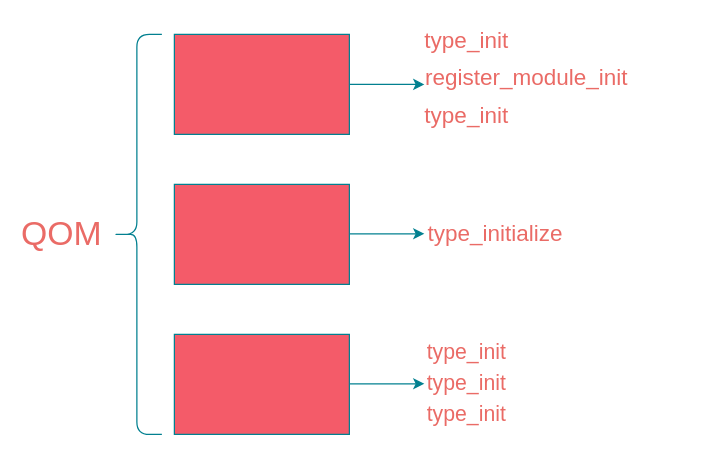
Above: QOM.drawio in Yongibaoi/100-gdb-tips (draw.io), before the change. Source tidied: cells renumbered, new cells numbered last; positions are measured from the earlier drawing's top-left corner, leaving out a move shared by most shapes. Both pictures are drawn from the tidied source at 125%, with x=0, y=0 at pixel (24, 21).
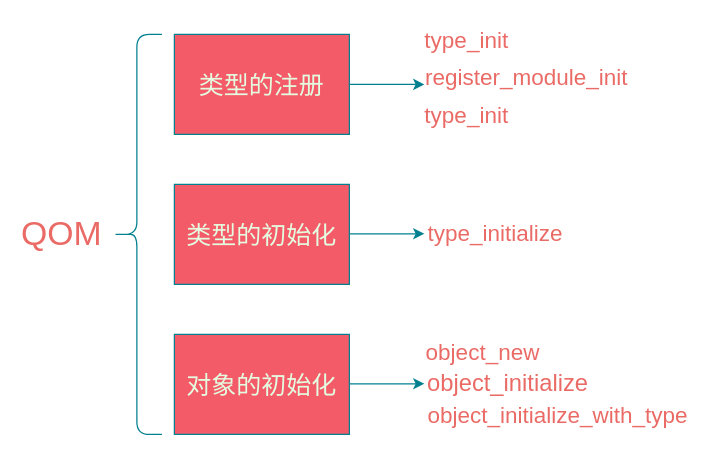
After the change.

What changed in the source:
```diff
@@
 <mxGraphModel>
   <root>
     <mxCell id="0" />
     <mxCell id="1" parent="0" />
     <mxCell id="2" style="shape=curlyBracket;whiteSpace=wrap;html=1;rounded=1;labelPosition=left;verticalLabelPosition=middle;align=right;verticalAlign=middle;strokeColor=#028090;fontColor=#E4FDE1;fillColor=#F45B69;" parent="1" vertex="1">
       <mxGeometry x="70" y="10" width="40" height="320" as="geometry" />
     </mxCell>
-    <mxCell id="3" style="rounded=0;whiteSpace=wrap;html=1;strokeColor=#028090;fontColor=#E4FDE1;fillColor=#F45B69;" parent="1" vertex="1">
+    <mxCell id="3" value="&lt;font style=&quot;font-size: 20px;&quot;&gt;类型的注册&lt;br&gt;&lt;/font&gt;" style="rounded=0;whiteSpace=wrap;html=1;strokeColor=#028090;fontColor=#E4FDE1;fillColor=#F45B69;" parent="1" vertex="1">
       <mxGeometry x="120" y="10" width="140" height="80" as="geometry" />
     </mxCell>
-    <mxCell id="4" style="rounded=0;whiteSpace=wrap;html=1;strokeColor=#028090;fontColor=#E4FDE1;fillColor=#F45B69;" parent="1" vertex="1">
+    <mxCell id="4" value="&lt;font style=&quot;font-size: 20px;&quot;&gt;类型的初始化&lt;br&gt;&lt;/font&gt;" style="rounded=0;whiteSpace=wrap;html=1;strokeColor=#028090;fontColor=#E4FDE1;fillColor=#F45B69;" parent="1" vertex="1">
       <mxGeometry x="120" y="130" width="140" height="80" as="geometry" />
     </mxCell>
-    <mxCell id="5" style="rounded=0;whiteSpace=wrap;html=1;strokeColor=#028090;fontColor=#E4FDE1;fillColor=#F45B69;" parent="1" vertex="1">
+    <mxCell id="5" value="&lt;font style=&quot;font-size: 20px;&quot;&gt;对象的初始化&lt;br&gt;&lt;/font&gt;" style="rounded=0;whiteSpace=wrap;html=1;strokeColor=#028090;fontColor=#E4FDE1;fillColor=#F45B69;" parent="1" vertex="1">
       <mxGeometry x="120" y="250" width="140" height="80" as="geometry" />
     </mxCell>
     <mxCell id="6" value="&lt;font color=&quot;#EA6B66&quot;&gt;&lt;font style=&quot;font-size: 13px;&quot;&gt;&lt;font style=&quot;font-size: 14px;&quot;&gt;&lt;font style=&quot;font-size: 15px;&quot;&gt;&lt;font style=&quot;font-size: 16px;&quot;&gt;&lt;font style=&quot;font-size: 17px;&quot;&gt;&lt;font style=&quot;font-size: 18px;&quot;&gt;&lt;font style=&quot;font-size: 19px;&quot;&gt;&lt;font style=&quot;font-size: 20px;&quot;&gt;&lt;font style=&quot;font-size: 21px;&quot;&gt;&lt;font style=&quot;font-size: 22px;&quot;&gt;&lt;font style=&quot;font-size: 23px;&quot;&gt;&lt;font style=&quot;font-size: 24px;&quot;&gt;&lt;font style=&quot;font-size: 25px;&quot;&gt;&lt;font style=&quot;font-size: 26px;&quot;&gt;&lt;font style=&quot;font-size: 27px;&quot;&gt;QOM&lt;/font&gt;&lt;/font&gt;&lt;/font&gt;&lt;/font&gt;&lt;/font&gt;&lt;/font&gt;&lt;/font&gt;&lt;/font&gt;&lt;/font&gt;&lt;/font&gt;&lt;/font&gt;&lt;/font&gt;&lt;/font&gt;&lt;/font&gt;&lt;/font&gt;&lt;/font&gt;" style="text;html=1;strokeColor=none;fillColor=none;align=center;verticalAlign=middle;whiteSpace=wrap;rounded=0;fontColor=#E4FDE1;" parent="1" vertex="1">
       <mxGeometry y="155" width="60" height="30" as="geometry" />
     </mxCell>
     <mxCell id="7" value="&lt;font style=&quot;font-size: 18px;&quot; color=&quot;#EA6B66&quot;&gt;&lt;font style=&quot;font-size: 18px;&quot;&gt;&lt;font style=&quot;font-size: 18px;&quot;&gt;&lt;font style=&quot;font-size: 18px;&quot;&gt;&lt;font style=&quot;font-size: 18px;&quot;&gt;&lt;font style=&quot;font-size: 18px;&quot;&gt;type_init&lt;/font&gt;&lt;/font&gt;&lt;/font&gt;&lt;/font&gt;&lt;/font&gt;&lt;/font&gt;" style="text;html=1;strokeColor=none;fillColor=none;align=center;verticalAlign=middle;whiteSpace=wrap;rounded=0;fontColor=#E4FDE1;" parent="1" vertex="1">
       <mxGeometry x="324" width="60" height="30" as="geometry" />
     </mxCell>
     <mxCell id="8" style="endArrow=classic;html=1;rounded=0;strokeColor=#028090;fontColor=#E4FDE1;fillColor=#F45B69;exitX=1;exitY=0.5;exitDx=0;exitDy=0;" parent="1" edge="1" source="3">
       <mxGeometry relative="1" as="geometry">
         <mxPoint x="320" y="50" as="targetPoint" />
       </mxGeometry>
     </mxCell>
     <mxCell id="9" style="endArrow=classic;html=1;rounded=0;strokeColor=#028090;fontColor=#E4FDE1;fillColor=#F45B69;exitX=1;exitY=0.5;exitDx=0;exitDy=0;" parent="1" edge="1">
       <mxGeometry relative="1" as="geometry">
         <mxPoint x="260" y="169.5" as="sourcePoint" />
         <mxPoint x="320" y="169.5" as="targetPoint" />
       </mxGeometry>
     </mxCell>
     <mxCell id="10" style="endArrow=classic;html=1;rounded=0;strokeColor=#028090;fontColor=#E4FDE1;fillColor=#F45B69;exitX=1;exitY=0.5;exitDx=0;exitDy=0;" parent="1" edge="1">
       <mxGeometry relative="1" as="geometry">
         <mxPoint x="260" y="289.5" as="sourcePoint" />
         <mxPoint x="320" y="289.5" as="targetPoint" />
       </mxGeometry>
     </mxCell>
     <mxCell id="11" value="&lt;font style=&quot;font-size: 13px;&quot; color=&quot;#EA6B66&quot;&gt;&lt;font style=&quot;font-size: 14px;&quot;&gt;&lt;font style=&quot;font-size: 15px;&quot;&gt;&lt;font style=&quot;font-size: 16px;&quot;&gt;&lt;font style=&quot;font-size: 17px;&quot;&gt;&lt;font style=&quot;font-size: 18px;&quot;&gt;register_module_init&lt;/font&gt;&lt;/font&gt;&lt;/font&gt;&lt;/font&gt;&lt;/font&gt;&lt;/font&gt;" style="text;html=1;strokeColor=none;fillColor=none;align=center;verticalAlign=middle;whiteSpace=wrap;rounded=0;fontColor=#E4FDE1;" parent="1" vertex="1">
       <mxGeometry x="324" y="30" width="156" height="30" as="geometry" />
     </mxCell>
     <mxCell id="12" value="&lt;font style=&quot;font-size: 18px;&quot; color=&quot;#EA6B66&quot;&gt;&lt;font style=&quot;font-size: 18px;&quot;&gt;&lt;font style=&quot;font-size: 18px;&quot;&gt;&lt;font style=&quot;font-size: 18px;&quot;&gt;&lt;font style=&quot;font-size: 18px;&quot;&gt;&lt;font style=&quot;font-size: 18px;&quot;&gt;type_init&lt;/font&gt;&lt;/font&gt;&lt;/font&gt;&lt;/font&gt;&lt;/font&gt;&lt;/font&gt;" style="text;html=1;strokeColor=none;fillColor=none;align=center;verticalAlign=middle;whiteSpace=wrap;rounded=0;fontColor=#E4FDE1;" parent="1" vertex="1">
       <mxGeometry x="324" y="60" width="60" height="30" as="geometry" />
     </mxCell>
     <mxCell id="13" value="&lt;font style=&quot;font-size: 13px;&quot; color=&quot;#EA6B66&quot;&gt;&lt;font style=&quot;font-size: 14px;&quot;&gt;&lt;font style=&quot;font-size: 15px;&quot;&gt;&lt;font style=&quot;font-size: 16px;&quot;&gt;&lt;font style=&quot;font-size: 17px;&quot;&gt;&lt;font style=&quot;font-size: 18px;&quot;&gt;type_initialize&lt;/font&gt;&lt;/font&gt;&lt;/font&gt;&lt;/font&gt;&lt;/font&gt;&lt;/font&gt;" style="text;html=1;strokeColor=none;fillColor=none;align=center;verticalAlign=middle;whiteSpace=wrap;rounded=0;fontColor=#E4FDE1;" parent="1" vertex="1">
       <mxGeometry x="324" y="155" width="106" height="30" as="geometry" />
     </mxCell>
-    <mxCell id="14" value="&lt;font color=&quot;#EA6B66&quot;&gt;&lt;font style=&quot;font-size: 13px;&quot;&gt;&lt;font style=&quot;font-size: 14px;&quot;&gt;&lt;font style=&quot;font-size: 15px;&quot;&gt;&lt;font style=&quot;font-size: 16px;&quot;&gt;&lt;font style=&quot;font-size: 17px;&quot;&gt;type_init&lt;/font&gt;&lt;/font&gt;&lt;/font&gt;&lt;/font&gt;&lt;/font&gt;&lt;/font&gt;" style="text;html=1;strokeColor=none;fillColor=none;align=center;verticalAlign=middle;whiteSpace=wrap;rounded=0;fontColor=#E4FDE1;" parent="1" vertex="1">
-      <mxGeometry x="324" y="250" width="60" height="30" as="geometry" />
+    <mxCell id="14" value="&lt;font style=&quot;font-size: 13px;&quot; color=&quot;#EA6B66&quot;&gt;&lt;font style=&quot;font-size: 14px;&quot;&gt;&lt;font style=&quot;font-size: 15px;&quot;&gt;&lt;font style=&quot;font-size: 16px;&quot;&gt;&lt;font style=&quot;font-size: 17px;&quot;&gt;&lt;font style=&quot;font-size: 18px;&quot;&gt;object_new&lt;/font&gt;&lt;/font&gt;&lt;/font&gt;&lt;/font&gt;&lt;/font&gt;&lt;/font&gt;" style="text;html=1;strokeColor=none;fillColor=none;align=center;verticalAlign=middle;whiteSpace=wrap;rounded=0;fontColor=#E4FDE1;" parent="1" vertex="1">
+      <mxGeometry x="324" y="250" width="86" height="30" as="geometry" />
     </mxCell>
-    <mxCell id="15" value="&lt;font color=&quot;#EA6B66&quot;&gt;&lt;font style=&quot;font-size: 13px;&quot;&gt;&lt;font style=&quot;font-size: 14px;&quot;&gt;&lt;font style=&quot;font-size: 15px;&quot;&gt;&lt;font style=&quot;font-size: 16px;&quot;&gt;&lt;font style=&quot;font-size: 17px;&quot;&gt;type_init&lt;/font&gt;&lt;/font&gt;&lt;/font&gt;&lt;/font&gt;&lt;/font&gt;&lt;/font&gt;" style="text;html=1;strokeColor=none;fillColor=none;align=center;verticalAlign=middle;whiteSpace=wrap;rounded=0;fontColor=#E4FDE1;" parent="1" vertex="1">
-      <mxGeometry x="324" y="275" width="60" height="30" as="geometry" />
+    <mxCell id="15" value="&lt;font color=&quot;#EA6B66&quot;&gt;&lt;font style=&quot;font-size: 13px;&quot;&gt;&lt;font style=&quot;font-size: 14px;&quot;&gt;&lt;font style=&quot;font-size: 15px;&quot;&gt;&lt;font style=&quot;font-size: 16px;&quot;&gt;&lt;font style=&quot;font-size: 17px;&quot;&gt;&lt;font style=&quot;font-size: 18px;&quot;&gt;&lt;font style=&quot;font-size: 19px;&quot;&gt;object_initialize&lt;/font&gt;&lt;/font&gt;&lt;/font&gt;&lt;/font&gt;&lt;/font&gt;&lt;/font&gt;&lt;/font&gt;&lt;/font&gt;" style="text;html=1;strokeColor=none;fillColor=none;align=center;verticalAlign=middle;whiteSpace=wrap;rounded=0;fontColor=#E4FDE1;" parent="1" vertex="1">
+      <mxGeometry x="324" y="275" width="126" height="30" as="geometry" />
     </mxCell>
-    <mxCell id="16" value="&lt;font color=&quot;#EA6B66&quot;&gt;&lt;font style=&quot;font-size: 13px;&quot;&gt;&lt;font style=&quot;font-size: 14px;&quot;&gt;&lt;font style=&quot;font-size: 15px;&quot;&gt;&lt;font style=&quot;font-size: 16px;&quot;&gt;&lt;font style=&quot;font-size: 17px;&quot;&gt;type_init&lt;/font&gt;&lt;/font&gt;&lt;/font&gt;&lt;/font&gt;&lt;/font&gt;&lt;/font&gt;" style="text;html=1;strokeColor=none;fillColor=none;align=center;verticalAlign=middle;whiteSpace=wrap;rounded=0;fontColor=#E4FDE1;" parent="1" vertex="1">
-      <mxGeometry x="324" y="300" width="60" height="30" as="geometry" />
+    <mxCell id="16" value="&lt;font style=&quot;font-size: 13px;&quot; color=&quot;#EA6B66&quot;&gt;&lt;font style=&quot;font-size: 14px;&quot;&gt;&lt;font style=&quot;font-size: 15px;&quot;&gt;&lt;font style=&quot;font-size: 16px;&quot;&gt;&lt;font style=&quot;font-size: 17px;&quot;&gt;&lt;font style=&quot;font-size: 18px;&quot;&gt;&lt;font style=&quot;font-size: 19px;&quot;&gt;&lt;font style=&quot;font-size: 18px;&quot;&gt;object_initialize_with_type&lt;/font&gt;&lt;/font&gt;&lt;/font&gt;&lt;/font&gt;&lt;/font&gt;&lt;/font&gt;&lt;/font&gt;&lt;/font&gt;" style="text;html=1;strokeColor=none;fillColor=none;align=center;verticalAlign=middle;whiteSpace=wrap;rounded=0;fontColor=#E4FDE1;" parent="1" vertex="1">
+      <mxGeometry x="324" y="300" width="206" height="30" as="geometry" />
     </mxCell>
   </root>
 </mxGraphModel>
```
